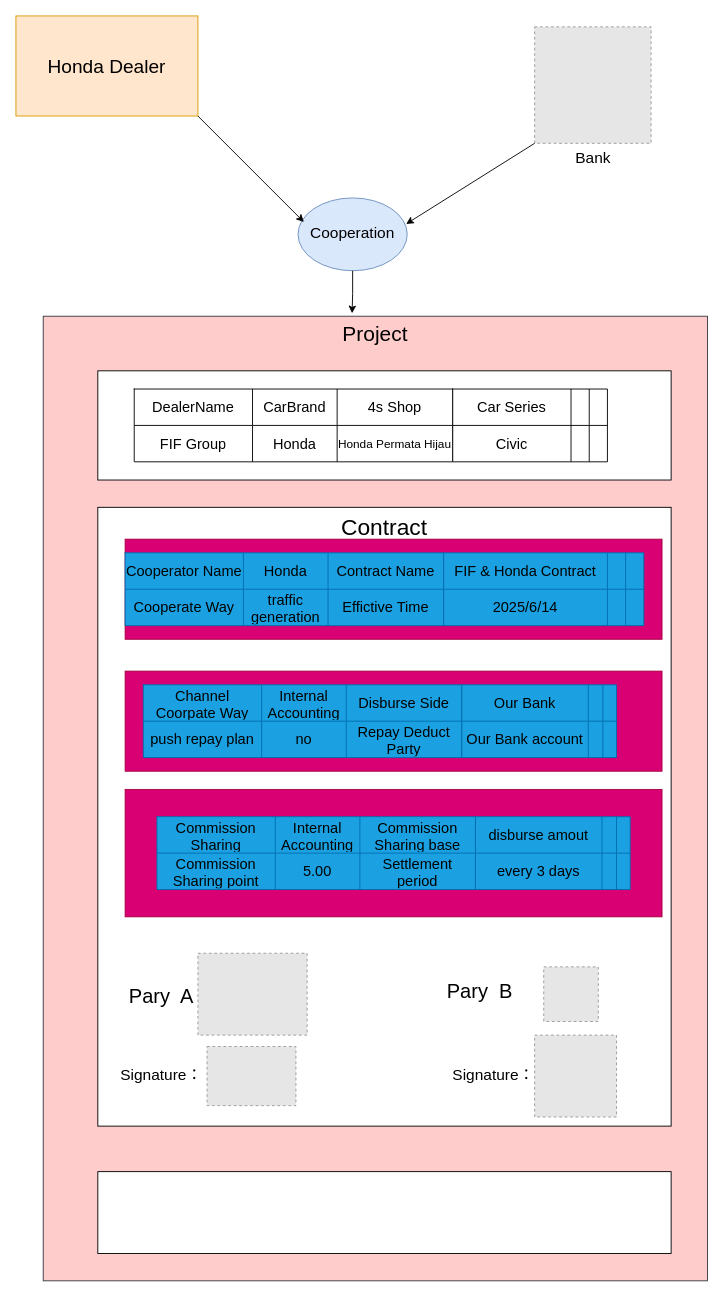
The draw.io diagram 合作项目.drawio in paidaxingz/draw.io, before the edit. Source tidied: cells renumbered, new cells numbered last; positions are measured from the earlier drawing's top-left corner, leaving out a move shared by most shapes. Both pictures are drawn from the tidied source at 91%, with x=0, y=0 at pixel (15, 15). Pictures stored in the file or linked from it are replaced by grey dashed boxes.
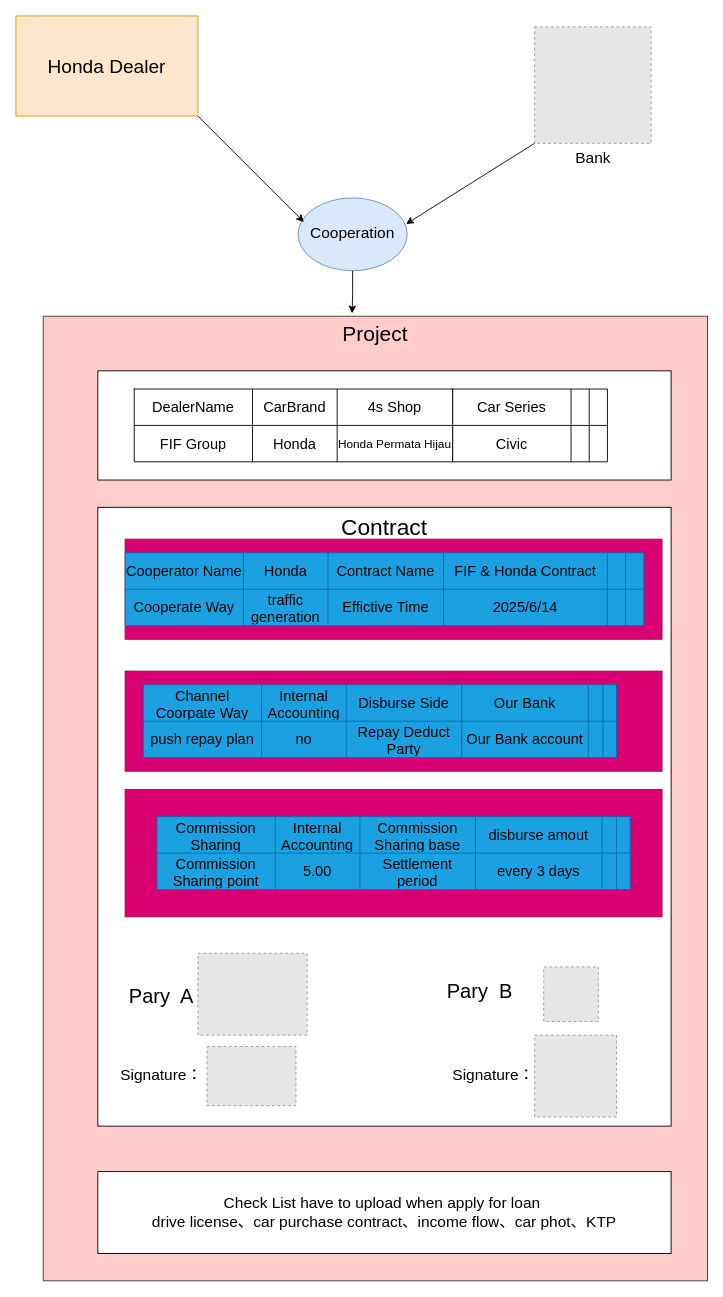
The same page after the edit.

Commit message (it also covers changes not shown here):
更新合作项目.drawio

Diff of the diagram source:
```diff
@@
-    <mxCell id="11" style="rounded=0;whiteSpace=wrap;html=1;" parent="1" vertex="1">
+    <mxCell id="11" value="&lt;font style=&quot;font-size: 17px;&quot;&gt;Check List have to upload when apply for loan&amp;nbsp;&lt;/font&gt;&lt;div&gt;&lt;font style=&quot;font-size: 17px;&quot;&gt;drive license、car purchase contract、income flow、car phot、KTP&lt;/font&gt;&lt;/div&gt;" style="rounded=0;whiteSpace=wrap;html=1;" parent="1" vertex="1">
       <mxGeometry x="90" y="1270" width="630" height="90" as="geometry" />
     </mxCell>
```
